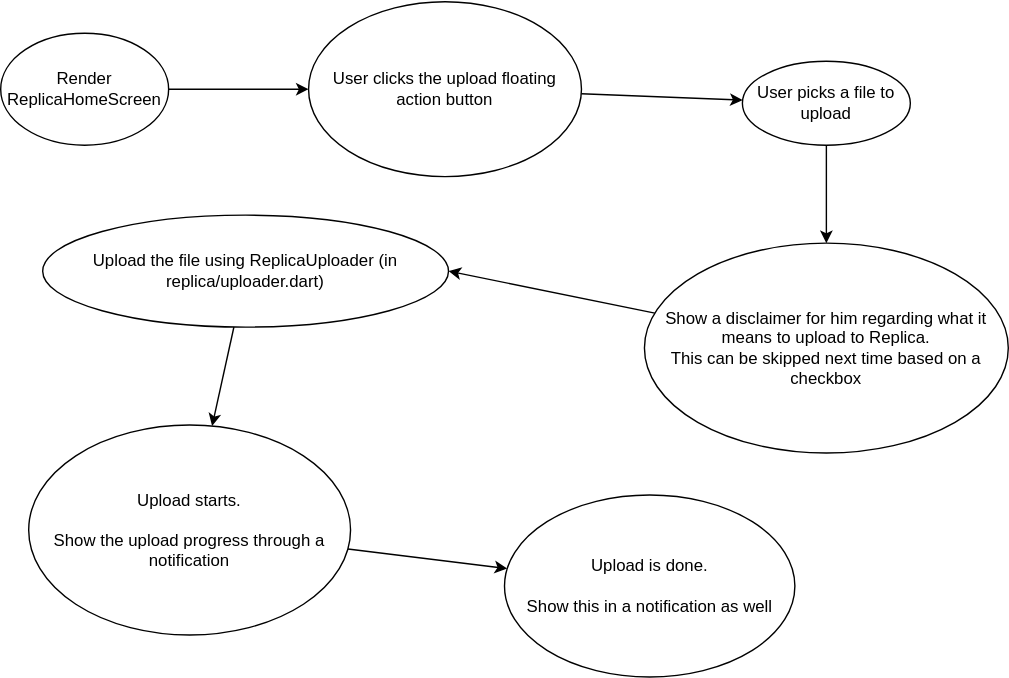
Before: docs/replica_uploading.drawio.svg, a diagram exported from draw.io (getlantern/lantern-client). Source tidied: cells renumbered, new cells last; positions are measured from the earlier drawing's top-left corner, leaving out a move shared by most shapes.
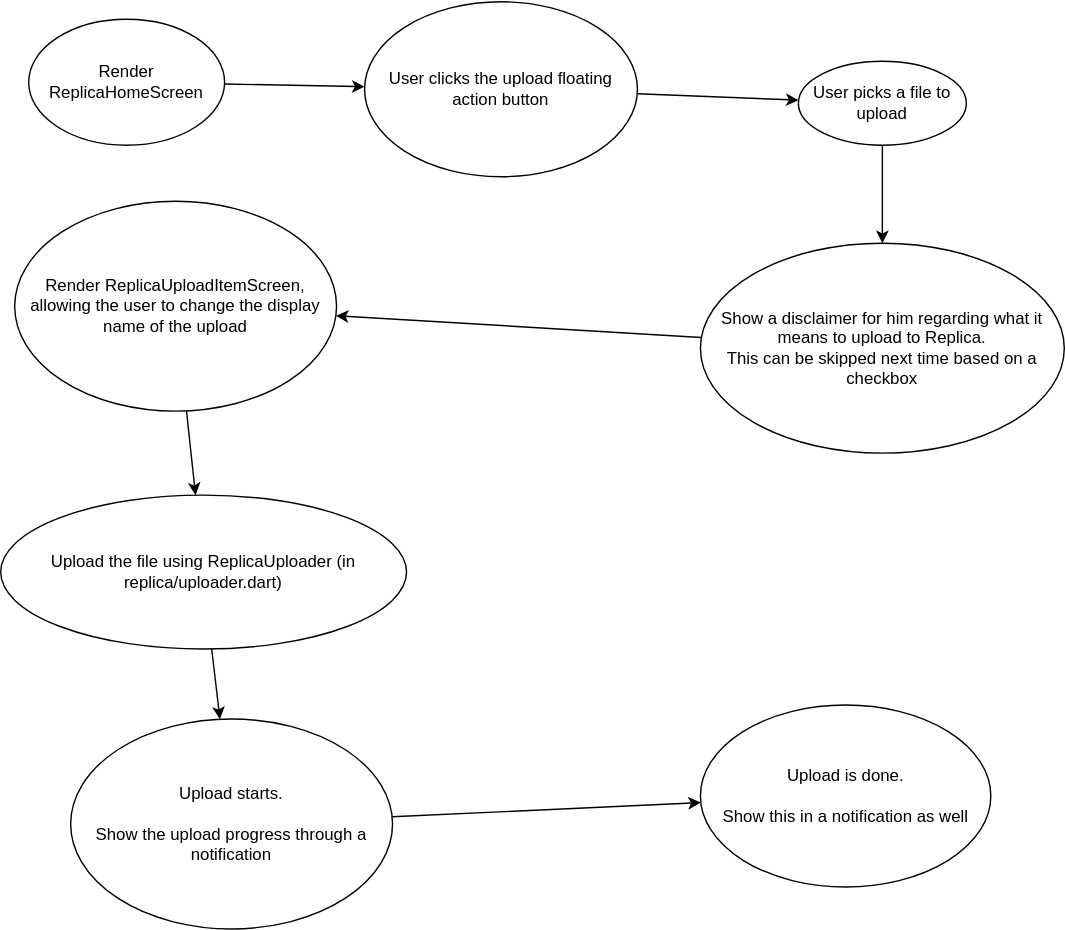
After the change.

Commit message:
[ui:replica] Add Upload Item screen

The edit, as a diff of the source:
```diff
@@ -6,7 +6,7 @@
       <mxGeometry relative="1" as="geometry" />
     </mxCell>
     <mxCell id="3" value="Render ReplicaHomeScreen" style="ellipse;whiteSpace=wrap;html=1;" parent="1" vertex="1">
-      <mxGeometry y="22" width="120" height="80" as="geometry" />
+      <mxGeometry x="-20" y="12" width="140" height="90" as="geometry" />
     </mxCell>
     <mxCell id="4" style="edgeStyle=none;html=1;" parent="1" edge="1" source="5" target="11">
       <mxGeometry relative="1" as="geometry" />
@@ -18,13 +18,13 @@
       <mxGeometry relative="1" as="geometry" />
     </mxCell>
     <mxCell id="7" value="Upload the file using ReplicaUploader (in replica/uploader.dart)" style="ellipse;whiteSpace=wrap;html=1;" parent="1" vertex="1">
-      <mxGeometry x="30" y="152" width="290" height="80" as="geometry" />
+      <mxGeometry x="-40" y="352" width="290" height="110" as="geometry" />
     </mxCell>
     <mxCell id="8" style="edgeStyle=none;html=1;" parent="1" edge="1" source="9" target="14">
       <mxGeometry relative="1" as="geometry" />
     </mxCell>
     <mxCell id="9" value="Upload starts.&lt;br&gt;&lt;br&gt;Show the upload progress through a notification" style="ellipse;whiteSpace=wrap;html=1;" parent="1" vertex="1">
-      <mxGeometry x="20" y="302" width="230" height="150" as="geometry" />
+      <mxGeometry x="10" y="512" width="230" height="150" as="geometry" />
     </mxCell>
     <mxCell id="10" style="edgeStyle=none;html=1;" parent="1" edge="1" source="11" target="13">
       <mxGeometry relative="1" as="geometry" />
@@ -32,14 +32,20 @@
     <mxCell id="11" value="User&amp;nbsp;picks a file to upload" style="ellipse;whiteSpace=wrap;html=1;" parent="1" vertex="1">
       <mxGeometry x="530" y="42" width="120" height="60" as="geometry" />
     </mxCell>
-    <mxCell id="12" style="edgeStyle=none;html=1;entryX=1;entryY=0.5;entryDx=0;entryDy=0;" parent="1" edge="1" source="13" target="7">
-      <mxGeometry relative="1" as="geometry" />
-    </mxCell>
+    <mxCell id="15" style="edgeStyle=none;html=1;" parent="1" edge="1" source="13" target="17">
+      <mxGeometry relative="1" as="geometry" />
+    </mxCell>
     <mxCell id="13" value="Show a disclaimer for him regarding what it means to upload to Replica.&lt;br&gt;This can be skipped next time based on a checkbox" style="ellipse;whiteSpace=wrap;html=1;" parent="1" vertex="1">
       <mxGeometry x="460" y="172" width="260" height="150" as="geometry" />
     </mxCell>
     <mxCell id="14" value="Upload is done.&lt;br&gt;&lt;br&gt;Show this in a notification as well" style="ellipse;whiteSpace=wrap;html=1;" parent="1" vertex="1">
-      <mxGeometry x="360" y="352" width="207.5" height="130" as="geometry" />
+      <mxGeometry x="460" y="502" width="207.5" height="130" as="geometry" />
     </mxCell>
+    <mxCell id="16" style="edgeStyle=none;html=1;" parent="1" edge="1" source="17" target="7">
+      <mxGeometry relative="1" as="geometry" />
+    </mxCell>
+    <mxCell id="17" value="Render ReplicaUploadItemScreen, allowing the user to change the display name of the upload" style="ellipse;whiteSpace=wrap;html=1;" parent="1" vertex="1">
+      <mxGeometry x="-30" y="142" width="230" height="150" as="geometry" />
+    </mxCell>
   </root>
 </mxGraphModel>
```
